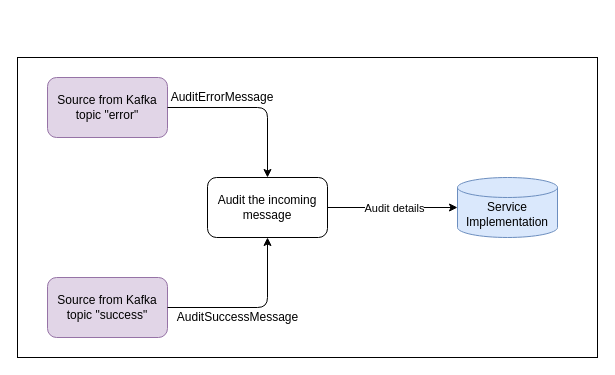
The draw.io diagram audit-service/doc/audit-service.drawio in gchq/Palisade-services, before the edit. Source tidied: cells renumbered, new cells numbered last; positions are measured from the earlier drawing's top-left corner, leaving out a move shared by most shapes. Both pictures are drawn from the tidied source at 100%, with x=0, y=0 at pixel (17, 57).
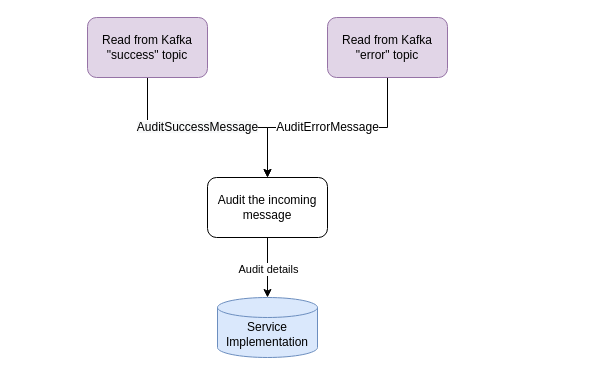
The same diagram, later.

What changed in the source:
```diff
@@
 <mxGraphModel>
   <root>
     <mxCell id="0" />
     <mxCell id="1" parent="0" />
-    <mxCell id="2" style="rounded=0;whiteSpace=wrap;html=1;" parent="1" vertex="1">
-      <mxGeometry width="580" height="300" as="geometry" />
-    </mxCell>
+    <mxCell id="10" value="&lt;font style=&quot;font-size: 12px&quot;&gt;AuditErrorMessage&lt;/font&gt;" style="edgeStyle=orthogonalEdgeStyle;rounded=0;jettySize=auto;html=1;exitX=0.5;exitY=1;exitDx=0;exitDy=0;entryX=0.5;entryY=0;entryDx=0;entryDy=0;" parent="1" edge="1" source="3" target="5">
+      <mxGeometry relative="1" as="geometry" />
+    </mxCell>
-    <mxCell id="3" value="Source from Kafka topic &quot;error&quot;" style="rounded=1;whiteSpace=wrap;html=1;fillColor=#e1d5e7;strokeColor=#9673a6;" parent="1" vertex="1">
-      <mxGeometry x="30" y="20" width="120" height="60" as="geometry" />
+    <mxCell id="3" value="Read from Kafka &quot;error&quot; topic" style="rounded=1;whiteSpace=wrap;html=1;fillColor=#e1d5e7;strokeColor=#9673a6;" parent="1" vertex="1">
+      <mxGeometry x="310" y="-40" width="120" height="60" as="geometry" />
     </mxCell>
+    <mxCell id="11" value="&lt;span style=&quot;color: rgb(0 , 0 , 0) ; font-family: &amp;#34;helvetica&amp;#34; ; font-style: normal ; font-weight: 400 ; letter-spacing: normal ; text-align: center ; text-indent: 0px ; text-transform: none ; word-spacing: 0px ; background-color: rgb(248 , 249 , 250) ; display: inline ; float: none&quot;&gt;&lt;font style=&quot;font-size: 12px&quot;&gt;AuditSuccessMessage&lt;/font&gt;&lt;/span&gt;" style="edgeStyle=orthogonalEdgeStyle;rounded=0;jettySize=auto;html=1;exitX=0.5;exitY=1;exitDx=0;exitDy=0;" parent="1" edge="1" source="4" target="5">
+      <mxGeometry x="-0.09" relative="1" as="geometry" />
+    </mxCell>
-    <mxCell id="4" value="Source from Kafka topic &quot;success&quot;" style="rounded=1;whiteSpace=wrap;html=1;fillColor=#e1d5e7;strokeColor=#9673a6;" parent="1" vertex="1">
-      <mxGeometry x="30" y="220" width="120" height="60" as="geometry" />
+    <mxCell id="4" value="Read from Kafka &quot;success&quot; topic" style="rounded=1;whiteSpace=wrap;html=1;fillColor=#e1d5e7;strokeColor=#9673a6;" parent="1" vertex="1">
+      <mxGeometry x="70" y="-40" width="120" height="60" as="geometry" />
     </mxCell>
     <mxCell id="5" value="Audit the incoming message" style="rounded=1;whiteSpace=wrap;html=1;" parent="1" vertex="1">
       <mxGeometry x="190" y="120" width="120" height="60" as="geometry" />
     </mxCell>
-    <mxCell id="6" style="endArrow=classic;html=1;exitX=1;exitY=0.5;exitDx=0;exitDy=0;entryX=0.5;entryY=0;entryDx=0;entryDy=0;" parent="1" edge="1" source="3" target="5">
-      <mxGeometry relative="1" as="geometry">
-        <Array as="points">
-          <mxPoint x="250" y="50" />
-        </Array>
-      </mxGeometry>
-    </mxCell>
-    <mxCell id="7" style="endArrow=classic;html=1;exitX=1;exitY=0.5;exitDx=0;exitDy=0;entryX=0.5;entryY=1;entryDx=0;entryDy=0;" parent="1" edge="1" source="4" target="5">
-      <mxGeometry relative="1" as="geometry">
-        <Array as="points">
-          <mxPoint x="250" y="250" />
-        </Array>
-      </mxGeometry>
-    </mxCell>
-    <mxCell id="8" style="endArrow=classic;html=1;exitX=1;exitY=0.5;exitDx=0;exitDy=0;entryX=0;entryY=0.5;entryDx=0;entryDy=0;entryPerimeter=0;" parent="1" edge="1" source="5" target="12">
+    <mxCell id="8" style="endArrow=classic;html=1;exitX=0.5;exitY=1;exitDx=0;exitDy=0;entryX=0.5;entryY=0;entryDx=0;entryDy=0;entryPerimeter=0;" parent="1" edge="1" source="5" target="12">
       <mxGeometry relative="1" as="geometry" />
     </mxCell>
     <mxCell id="9" value="Audit details" style="edgeLabel;html=1;align=center;verticalAlign=middle;" parent="8" vertex="1">
       <mxGeometry x="0.02" relative="1" as="geometry" />
     </mxCell>
-    <mxCell id="10" value="AuditErrorMessage" style="text;html=1;strokeColor=none;fillColor=none;align=center;verticalAlign=middle;whiteSpace=wrap;rounded=0;" parent="1" vertex="1">
-      <mxGeometry x="150" y="30" width="110" height="20" as="geometry" />
-    </mxCell>
-    <mxCell id="11" value="AuditSuccessMessage" style="text;html=1;align=center;verticalAlign=middle;" parent="1" vertex="1">
-      <mxGeometry x="150" y="250" width="140" height="20" as="geometry" />
-    </mxCell>
     <mxCell id="12" value="&lt;br&gt;Service Implementation" style="strokeWidth=1;html=1;shape=mxgraph.flowchart.database;whiteSpace=wrap;fillColor=#dae8fc;strokeColor=#6c8ebf;" parent="1" vertex="1">
-      <mxGeometry x="440" y="120" width="100" height="60" as="geometry" />
+      <mxGeometry x="200" y="240" width="100" height="60" as="geometry" />
     </mxCell>
   </root>
 </mxGraphModel>
```
